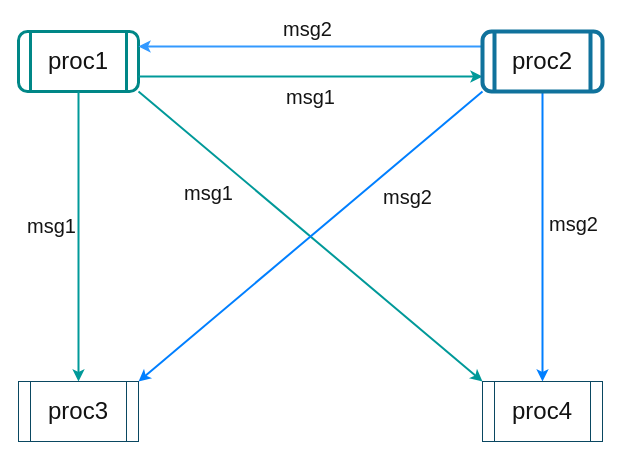
Before: ilustraciones.drawio in JuaniV2002/lamport_broadcast, a draw.io diagram. Source tidied: cells renumbered, new cells numbered last; positions are measured from the earlier drawing's top-left corner, leaving out a move shared by most shapes. Both pictures are drawn from the tidied source at 100%, with x=0, y=0 at pixel (18, 31).
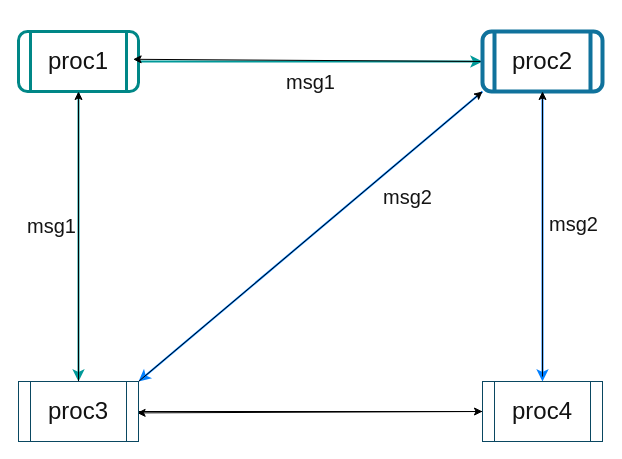
The same diagram, later.

Unchanged cells that the change refers to:
```xml
<mxCell id="2" value="proc1" style="shape=process;whiteSpace=wrap;html=1;backgroundOutline=1;strokeColor=#008787;fillColor=none;fontColor=#121212;fontSize=24;rounded=1;shadow=0;glass=0;strokeWidth=3;" parent="1" vertex="1">
  <mxGeometry width="120" height="60" as="geometry" />
</mxCell>
<mxCell id="15" value="proc2" style="shape=process;whiteSpace=wrap;html=1;backgroundOutline=1;strokeColor=#10729C;fillColor=none;fontColor=#121212;fontSize=24;strokeWidth=4;rounded=1;" parent="1" vertex="1">
  <mxGeometry x="464" width="120" height="60" as="geometry" />
</mxCell>
<mxCell id="16" value="proc4" style="shape=process;whiteSpace=wrap;html=1;backgroundOutline=1;strokeColor=#0A4761;fillColor=none;fontColor=#121212;fontSize=24;" parent="1" vertex="1">
  <mxGeometry x="464" y="350" width="120" height="60" as="geometry" />
</mxCell>
<mxCell id="17" value="proc3" style="shape=process;whiteSpace=wrap;html=1;backgroundOutline=1;strokeColor=#0A4761;fillColor=none;fontColor=#121212;fontSize=24;" parent="1" vertex="1">
  <mxGeometry y="350" width="120" height="60" as="geometry" />
</mxCell>
```

What changed in the source:
```diff
@@
-    <mxCell id="3" style="endArrow=classic;html=1;strokeColor=#009999;strokeWidth=2;entryX=0;entryY=0.75;entryDx=0;entryDy=0;exitX=1;exitY=0.75;exitDx=0;exitDy=0;" parent="1" edge="1" source="2" target="15">
+    <mxCell id="3" style="endArrow=classic;html=1;strokeColor=#009999;strokeWidth=2;entryX=0;entryY=0.5;entryDx=0;entryDy=0;exitX=1;exitY=0.5;exitDx=0;exitDy=0;" parent="1" edge="1" source="2" target="15">
       <mxGeometry relative="1" as="geometry" />
     </mxCell>
@@
-    <mxCell id="5" style="endArrow=classic;html=1;strokeColor=#3399FF;strokeWidth=2;entryX=1;entryY=0.25;entryDx=0;entryDy=0;exitX=0;exitY=0.25;exitDx=0;exitDy=0;" parent="1" edge="1" source="15" target="2">
-      <mxGeometry relative="1" as="geometry" />
-    </mxCell>
-    <mxCell id="6" value="msg2" style="edgeLabel;html=1;align=center;verticalAlign=middle;strokeColor=#0A4761;fillColor=none;labelBackgroundColor=none;fontColor=#141414;fontSize=20;" parent="5" vertex="1">
-      <mxGeometry relative="1" as="geometry">
-        <mxPoint x="-4" y="-18" as="offset" />
-      </mxGeometry>
-    </mxCell>
@@
-    <mxCell id="9" style="endArrow=classic;html=1;strokeColor=#009999;strokeWidth=2;exitX=1;exitY=1;exitDx=0;exitDy=0;entryX=0;entryY=0;entryDx=0;entryDy=0;" parent="1" edge="1" source="2" target="16">
-      <mxGeometry relative="1" as="geometry" />
-    </mxCell>
-    <mxCell id="10" value="msg1" style="edgeLabel;html=1;align=center;verticalAlign=middle;strokeColor=#0A4761;fillColor=none;labelBackgroundColor=none;fontColor=#141414;fontSize=20;" parent="9" vertex="1">
-      <mxGeometry relative="1" as="geometry">
-        <mxPoint x="-103" y="-45" as="offset" />
-      </mxGeometry>
-    </mxCell>
@@
+    <mxCell id="18" style="edgeStyle=none;html=1;exitX=0;exitY=0.5;exitDx=0;exitDy=0;" parent="1" edge="1" source="15">
+      <mxGeometry relative="1" as="geometry">
+        <mxPoint x="114.6" y="27.8" as="targetPoint" />
+      </mxGeometry>
+    </mxCell>
@@
+    <mxCell id="19" style="edgeStyle=none;html=1;entryX=0.5;entryY=1;entryDx=0;entryDy=0;" parent="1" edge="1" target="15">
+      <mxGeometry relative="1" as="geometry">
+        <mxPoint x="524" y="345" as="sourcePoint" />
+      </mxGeometry>
+    </mxCell>
+    <mxCell id="20" style="edgeStyle=none;html=1;exitX=0;exitY=0.5;exitDx=0;exitDy=0;" parent="1" edge="1" source="16">
+      <mxGeometry relative="1" as="geometry">
+        <mxPoint x="118.6" y="381.4" as="targetPoint" />
+      </mxGeometry>
+    </mxCell>
@@
+    <mxCell id="21" style="edgeStyle=none;html=1;exitX=1;exitY=0;exitDx=0;exitDy=0;entryX=0;entryY=1;entryDx=0;entryDy=0;" parent="1" edge="1" source="17" target="15">
+      <mxGeometry relative="1" as="geometry" />
+    </mxCell>
+    <mxCell id="22" style="edgeStyle=none;html=1;exitX=0.5;exitY=0;exitDx=0;exitDy=0;entryX=0.5;entryY=1;entryDx=0;entryDy=0;" parent="1" edge="1" source="17" target="2">
+      <mxGeometry relative="1" as="geometry" />
+    </mxCell>
+    <mxCell id="23" style="edgeStyle=none;html=1;exitX=1;exitY=0.5;exitDx=0;exitDy=0;" parent="1" edge="1" source="17" target="16">
+      <mxGeometry relative="1" as="geometry" />
+    </mxCell>
```
